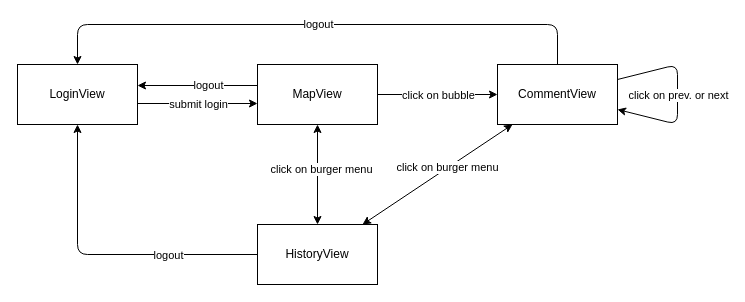
Above: frontend/geocomment/docu/View_Interaction_Diagram.drawio in JonaEnz/geocomment (draw.io), before the change. Source tidied: cells renumbered, new cells numbered last; positions are measured from the earlier drawing's top-left corner, leaving out a move shared by most shapes. Both pictures are drawn from the tidied source at 100%, with x=0, y=0 at pixel (17, 24).
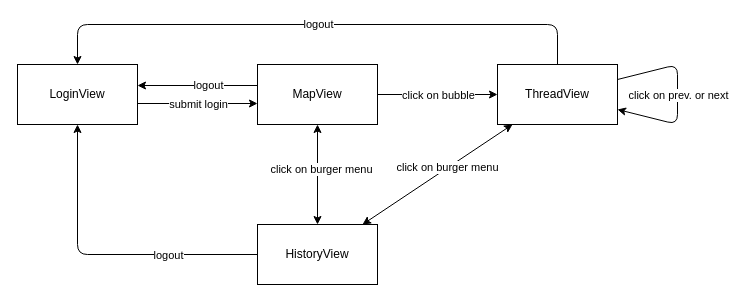
Above is the later version.

The edit, as a diff of the source:
```diff
@@
-    <mxCell id="3" value="CommentView" style="rounded=0;whiteSpace=wrap;html=1;" parent="1" vertex="1">
+    <mxCell id="3" value="ThreadView" style="rounded=0;whiteSpace=wrap;html=1;" parent="1" vertex="1">
       <mxGeometry x="480" y="40" width="120" height="60" as="geometry" />
     </mxCell>
```
